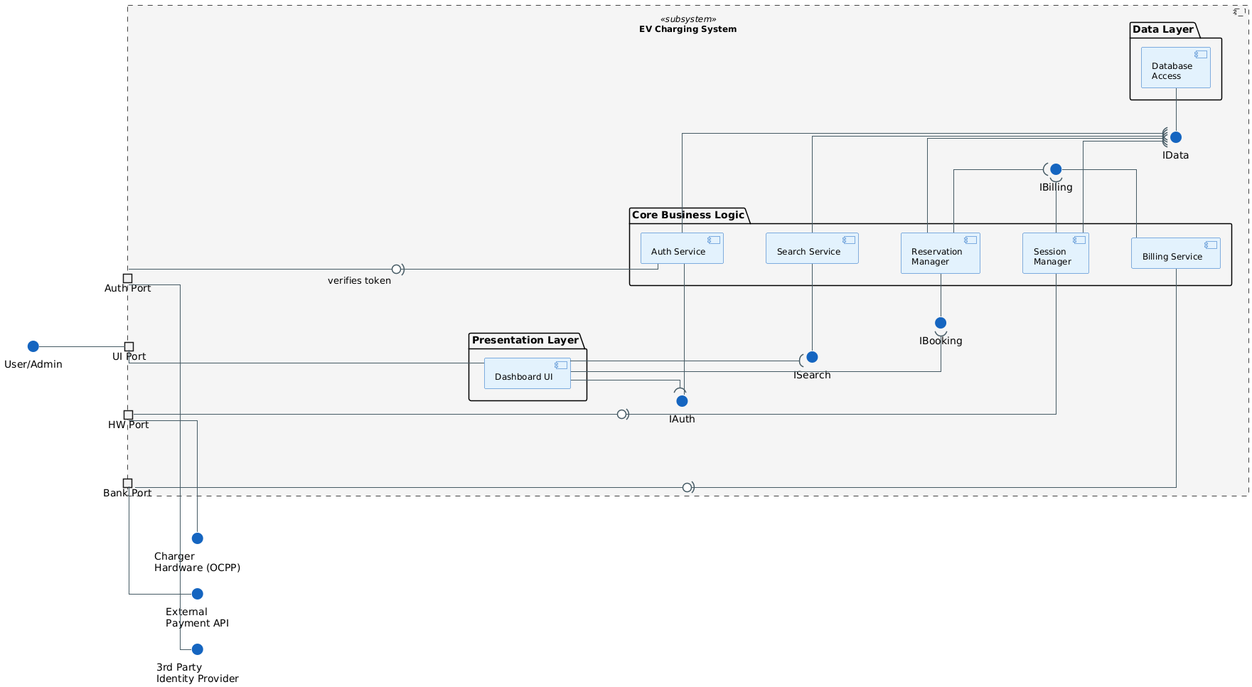
Above: documentation/plantuml/diagrams/Component.png in sotiriskavadakis/softeng25-42 (PlantUML), before the change.
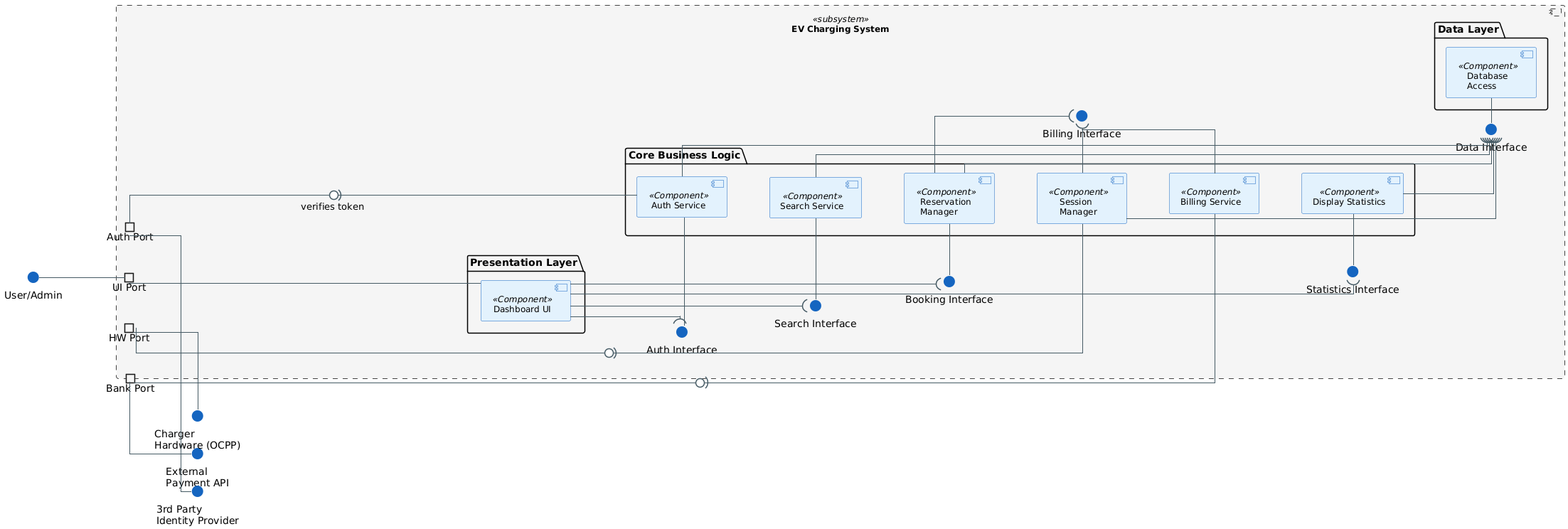
The same diagram one commit later.

Commit message:
Component Code/Diagram

The edit, as a diff of the source:
```diff
@@ -25,9 +25,6 @@
   BorderColor #FFA000
 }
 
-skinparam nodesep 60
-skinparam ranksep 60
-
 interface "User/Admin" as ExtUser
 interface "External\nPayment API" as ExtPayment
 interface "Charger\nHardware (OCPP)" as ExtHW
@@ -41,46 +38,52 @@
     port "Auth Port" as P_Auth
 
     package "Presentation Layer" {
-        component "Dashboard UI" as Dash
+        component "Dashboard UI" as Dash <<Component>>
     }
 
     package "Core Business Logic" {
-        component "Auth Service" as Auth
-        component "Search Service" as Search
-        component "Reservation\nManager" as Res
-        component "Session\nManager" as Session
-        component "Billing Service" as Billing
+        component "Auth Service" as Auth <<Component>>
+        component "Search Service" as Search <<Component>>
+        component "Reservation\nManager" as Res <<Component>>
+        component "Session\nManager" as Session <<Component>>
+        component "Billing Service" as Billing <<Component>>
+        component "Display Statistics" as Stats <<Component>>
     }
 
     package "Data Layer" {
-        component "Database\nAccess" as DB
+        component "Database\nAccess" as DB <<Component>>
     }
 
 
-    interface "IAuth"
+    interface "Auth Interface" as IAuth
     Auth -left- IAuth
     Dash --( IAuth
     Auth --(0- P_Auth : verifies token
 
-    interface "ISearch"
+    interface "Search Interface" as ISearch
     Search -left- ISearch
     Dash --( ISearch
 
-    interface "IBooking"
+    interface "Booking Interface" as IBooking
     Res -left- IBooking
     Dash --( IBooking
 
-    interface "IBilling"
+    interface "Billing Interface" as IBilling
     Billing -up- IBilling
     Res --( IBilling
     Session --( IBilling
 
-    interface "IData"
+    interface "Statistics Interface" as IStats
+    Stats -left- IStats
+    Dash --( IStats
+
+    interface "Data Interface" as IData
     DB -left- IData
     Auth --( IData
     Search --( IData
     Res --( IData
     Session --( IData
+    Stats --( IData
 
     P_UI -right- Dash
 
@@ -91,6 +94,7 @@
     Search -[hidden]down- Res
     Res -[hidden]down- Session
     Session -[hidden]down- Billing
+    Billing -[hidden]down- Stats
 }
 
 ExtUser -- P_UI
```
